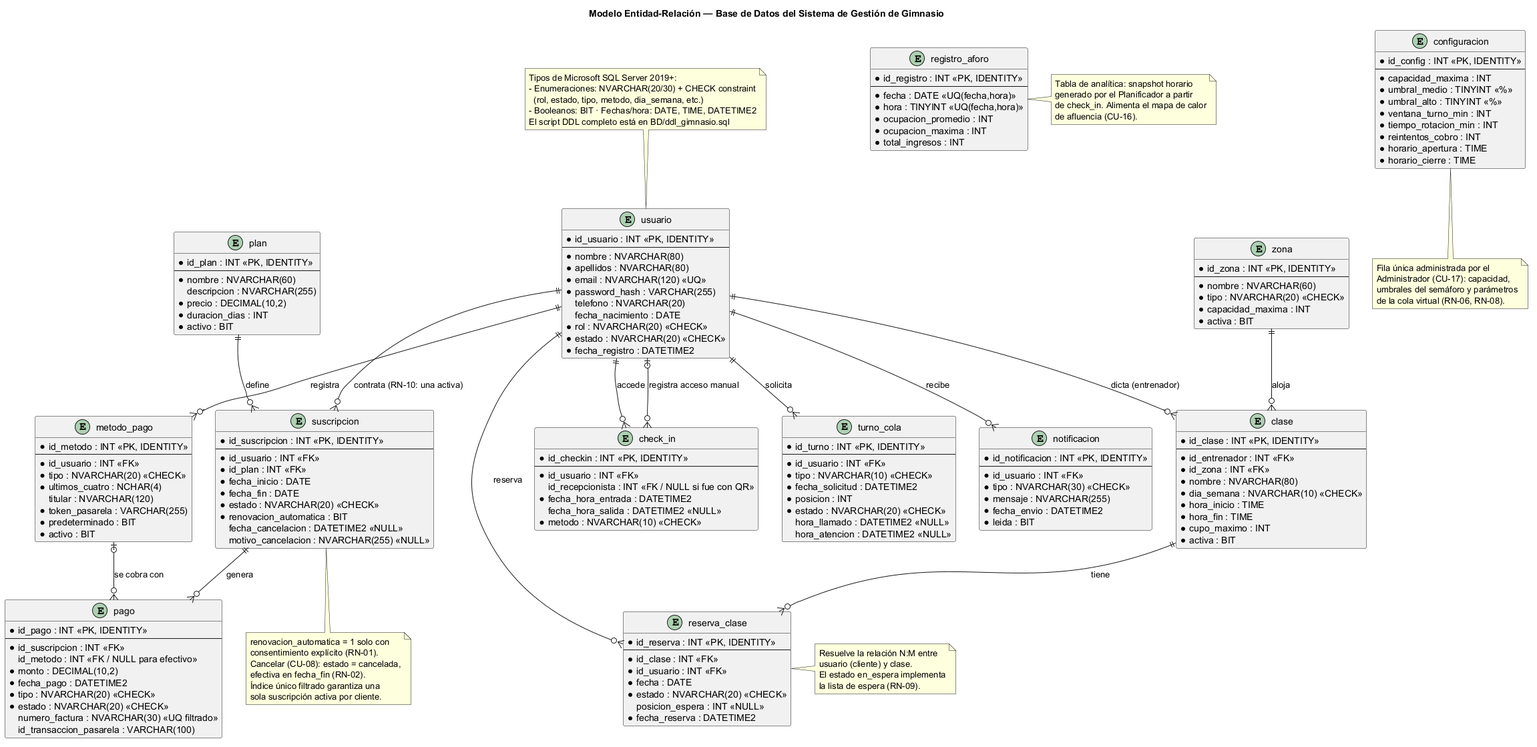
Natalia-acode/Plataforma-web-gestion-gimnasio keeps this PlantUML diagram as docs/imagenes/Modelo_ER_Gestion_Gimnasio.png. Above is the earlier version. Its diagram source:
```plantuml
@startuml Modelo_ER_Gestion_Gimnasio
title Modelo Entidad-Relación — Base de Datos del Sistema de Gestión de Gimnasio

entity usuario {
  * id_usuario : INT <<PK, IDENTITY>>
  --
  * nombre : NVARCHAR(80)
  * apellidos : NVARCHAR(80)
  * email : NVARCHAR(120) <<UQ>>
  * password_hash : VARCHAR(255)
  telefono : NVARCHAR(20)
  fecha_nacimiento : DATE
  * rol : NVARCHAR(20) <<CHECK>>
  * estado : NVARCHAR(20) <<CHECK>>
  * fecha_registro : DATETIME2
}

entity plan {
  * id_plan : INT <<PK, IDENTITY>>
  --
  * nombre : NVARCHAR(60)
  descripcion : NVARCHAR(255)
  * precio : DECIMAL(10,2)
  * duracion_dias : INT
  * activo : BIT
}

entity suscripcion {
  * id_suscripcion : INT <<PK, IDENTITY>>
  --
  * id_usuario : INT <<FK>>
  * id_plan : INT <<FK>>
  * fecha_inicio : DATE
  * fecha_fin : DATE
  * estado : NVARCHAR(20) <<CHECK>>
  * renovacion_automatica : BIT
  fecha_cancelacion : DATETIME2 <<NULL>>
  motivo_cancelacion : NVARCHAR(255) <<NULL>>
}

entity metodo_pago {
  * id_metodo : INT <<PK, IDENTITY>>
  --
  * id_usuario : INT <<FK>>
  * tipo : NVARCHAR(20) <<CHECK>>
  * ultimos_cuatro : NCHAR(4)
  titular : NVARCHAR(120)
  * token_pasarela : VARCHAR(255)
  * predeterminado : BIT
  * activo : BIT
}

entity pago {
  * id_pago : INT <<PK, IDENTITY>>
  --
  * id_suscripcion : INT <<FK>>
  id_metodo : INT <<FK / NULL para efectivo>>
  * monto : DECIMAL(10,2)
  * fecha_pago : DATETIME2
  * tipo : NVARCHAR(20) <<CHECK>>
  * estado : NVARCHAR(20) <<CHECK>>
  numero_factura : NVARCHAR(30) <<UQ filtrado>>
  id_transaccion_pasarela : VARCHAR(100)
}

entity check_in {
  * id_checkin : INT <<PK, IDENTITY>>
  --
  * id_usuario : INT <<FK>>
  id_recepcionista : INT <<FK / NULL si fue con QR>>
  * fecha_hora_entrada : DATETIME2
  fecha_hora_salida : DATETIME2 <<NULL>>
  * metodo : NVARCHAR(10) <<CHECK>>
}

entity zona {
  * id_zona : INT <<PK, IDENTITY>>
  --
  * nombre : NVARCHAR(60)
  * tipo : NVARCHAR(20) <<CHECK>>
  * capacidad_maxima : INT
  * activa : BIT
}

entity clase {
  * id_clase : INT <<PK, IDENTITY>>
  --
  * id_entrenador : INT <<FK>>
  * id_zona : INT <<FK>>
  * nombre : NVARCHAR(80)
  * dia_semana : NVARCHAR(10) <<CHECK>>
  * hora_inicio : TIME
  * hora_fin : TIME
  * cupo_maximo : INT
  * activa : BIT
}

entity reserva_clase {
  * id_reserva : INT <<PK, IDENTITY>>
  --
  * id_clase : INT <<FK>>
  * id_usuario : INT <<FK>>
  * fecha : DATE
  * estado : NVARCHAR(20) <<CHECK>>
  posicion_espera : INT <<NULL>>
  * fecha_reserva : DATETIME2
}

entity turno_cola {
  * id_turno : INT <<PK, IDENTITY>>
  --
  * id_usuario : INT <<FK>>
  * tipo : NVARCHAR(10) <<CHECK>>
  * fecha_solicitud : DATETIME2
  * posicion : INT
  * estado : NVARCHAR(20) <<CHECK>>
  hora_llamado : DATETIME2 <<NULL>>
  hora_atencion : DATETIME2 <<NULL>>
}

entity notificacion {
  * id_notificacion : INT <<PK, IDENTITY>>
  --
  * id_usuario : INT <<FK>>
  * tipo : NVARCHAR(30) <<CHECK>>
  * mensaje : NVARCHAR(255)
  * fecha_envio : DATETIME2
  * leida : BIT
}

entity registro_aforo {
  * id_registro : INT <<PK, IDENTITY>>
  --
  * fecha : DATE <<UQ(fecha,hora)>>
  * hora : TINYINT <<UQ(fecha,hora)>>
  * ocupacion_promedio : INT
  * ocupacion_maxima : INT
  * total_ingresos : INT
}

entity configuracion {
  * id_config : INT <<PK, IDENTITY>>
  --
  * capacidad_maxima : INT
  * umbral_medio : TINYINT <<%>>
  * umbral_alto : TINYINT <<%>>
  * ventana_turno_min : INT
  * tiempo_rotacion_min : INT
  * reintentos_cobro : INT
  * horario_apertura : TIME
  * horario_cierre : TIME
}


usuario ||--o{ suscripcion : "contrata (RN-10: una activa)"
plan ||--o{ suscripcion : "define"
usuario ||--o{ metodo_pago : "registra"
suscripcion ||--o{ pago : "genera"
metodo_pago |o--o{ pago : "se cobra con"
usuario ||--o{ check_in : "accede"
usuario |o--o{ check_in : "registra acceso manual"
zona ||--o{ clase : "aloja"
usuario ||--o{ clase : "dicta (entrenador)"
clase ||--o{ reserva_clase : "tiene"
usuario ||--o{ reserva_clase : "reserva"
usuario ||--o{ turno_cola : "solicita"
usuario ||--o{ notificacion : "recibe"


note top of usuario
  Tipos de Microsoft SQL Server 2019+:
  - Enumeraciones: NVARCHAR(20/30) + CHECK constraint
    (rol, estado, tipo, metodo, dia_semana, etc.)
  - Booleanos: BIT · Fechas/hora: DATE, TIME, DATETIME2
  El script DDL completo está en BD/ddl_gimnasio.sql
end note

note right of reserva_clase
  Resuelve la relación N:M entre
  usuario (cliente) y clase.
  El estado en_espera implementa
  la lista de espera (RN-09).
end note

note right of registro_aforo
  Tabla de analítica: snapshot horario
  generado por el Planificador a partir
  de check_in. Alimenta el mapa de calor
  de afluencia (CU-16).
end note

note bottom of configuracion
  Fila única administrada por el
  Administrador (CU-17): capacidad,
  umbrales del semáforo y parámetros
  de la cola virtual (RN-06, RN-08).
end note

note bottom of suscripcion
  renovacion_automatica = 1 solo con
  consentimiento explícito (RN-01).
  Cancelar (CU-08): estado = cancelada,
  efectiva en fecha_fin (RN-02).
  Índice único filtrado garantiza una
  sola suscripción activa por cliente.
end note
@enduml
```
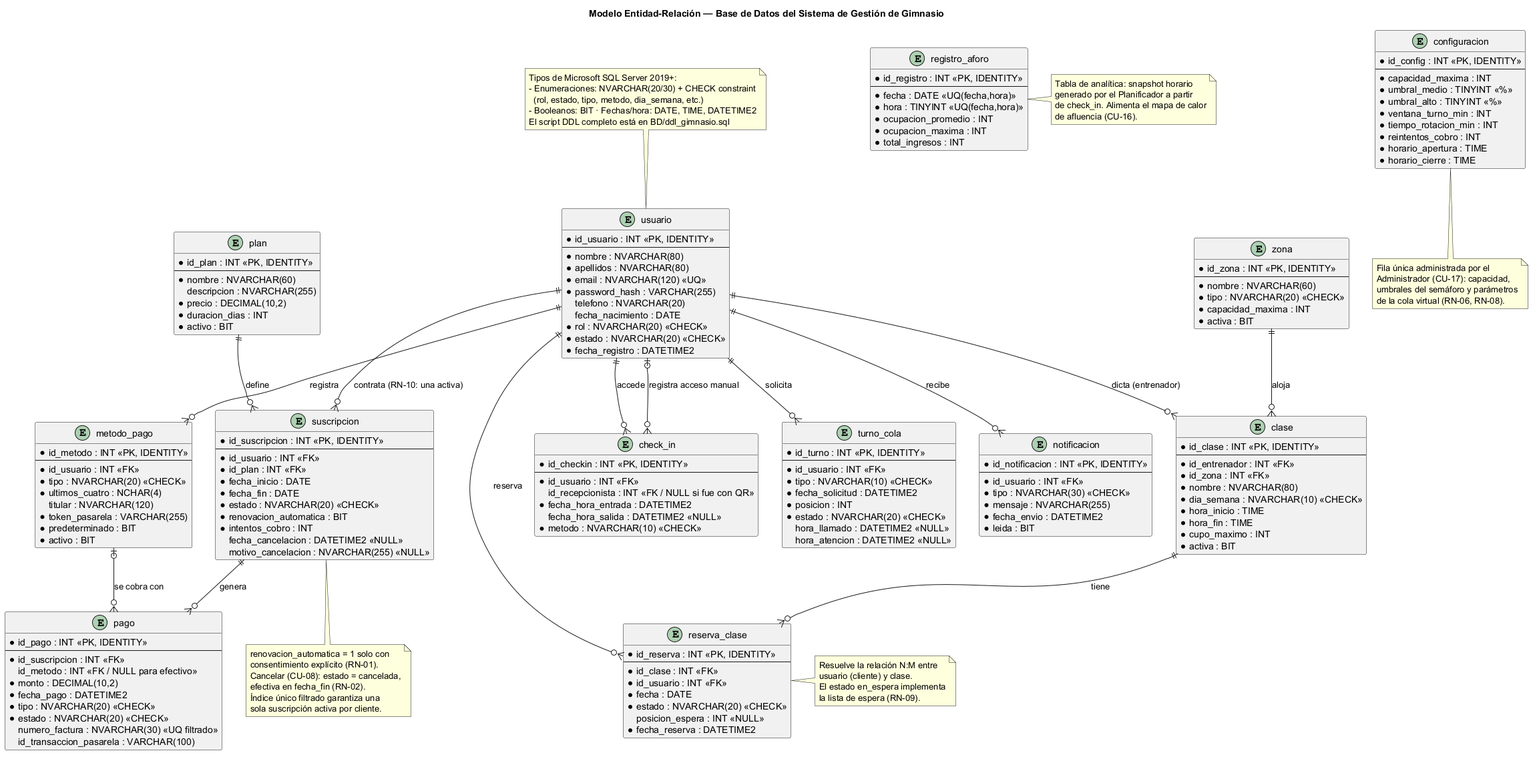
Later version of the same file.

The edit, as a diff of the source:
```diff
@@ -34,6 +34,7 @@
   * fecha_fin : DATE
   * estado : NVARCHAR(20) <<CHECK>>
   * renovacion_automatica : BIT
+  * intentos_cobro : INT
   fecha_cancelacion : DATETIME2 <<NULL>>
   motivo_cancelacion : NVARCHAR(255) <<NULL>>
 }
```
